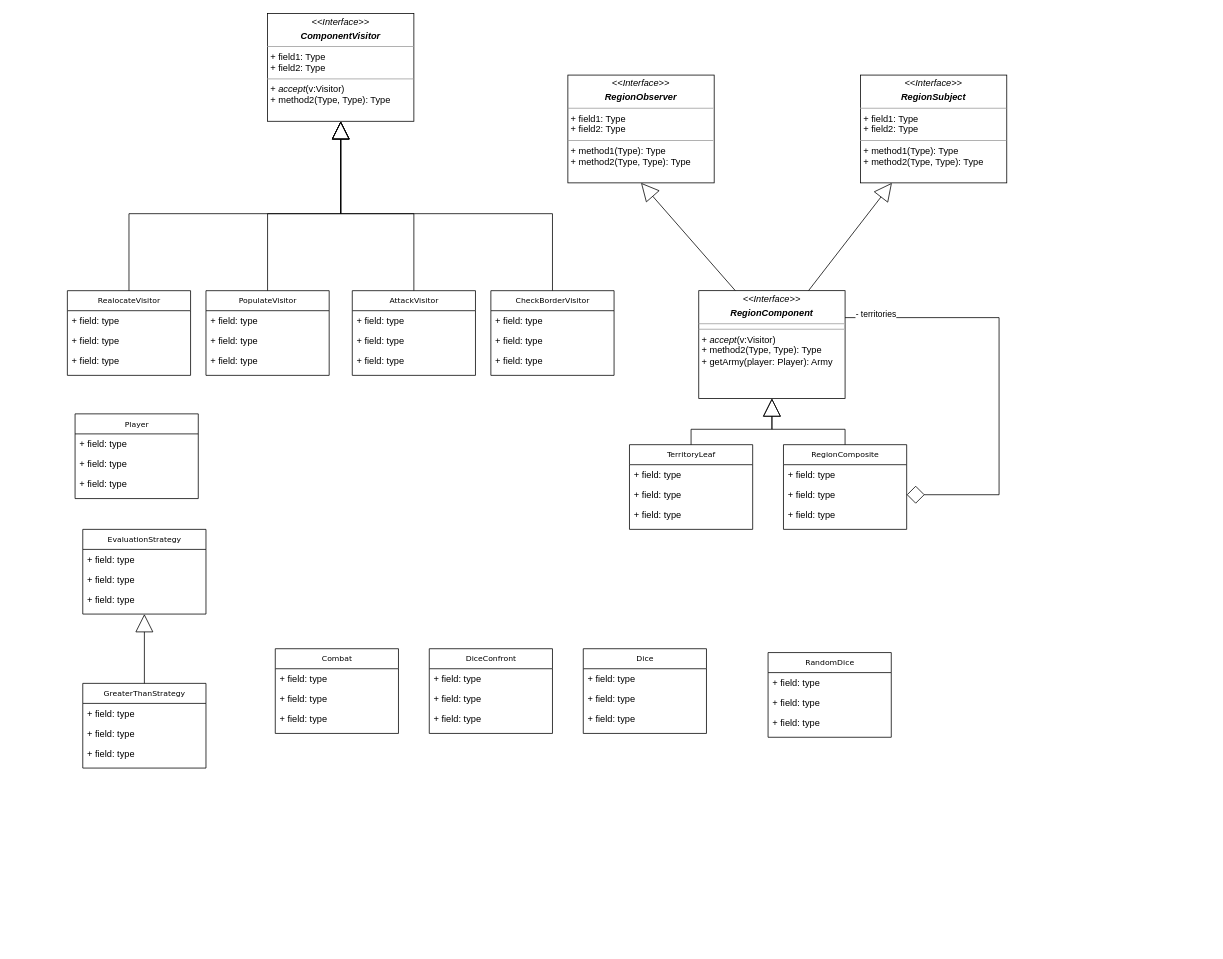
Gil32610/class-diagram-territory-confront keeps this draw.io diagram as ClassDiagramTerritoryConfront.drawio. Above is the earlier version. Source tidied: cells renumbered, new cells numbered last; positions are measured from the earlier drawing's top-left corner, leaving out a move shared by most shapes. Both pictures are drawn from the tidied source at 77%, with x=0, y=0 at pixel (67, 13).
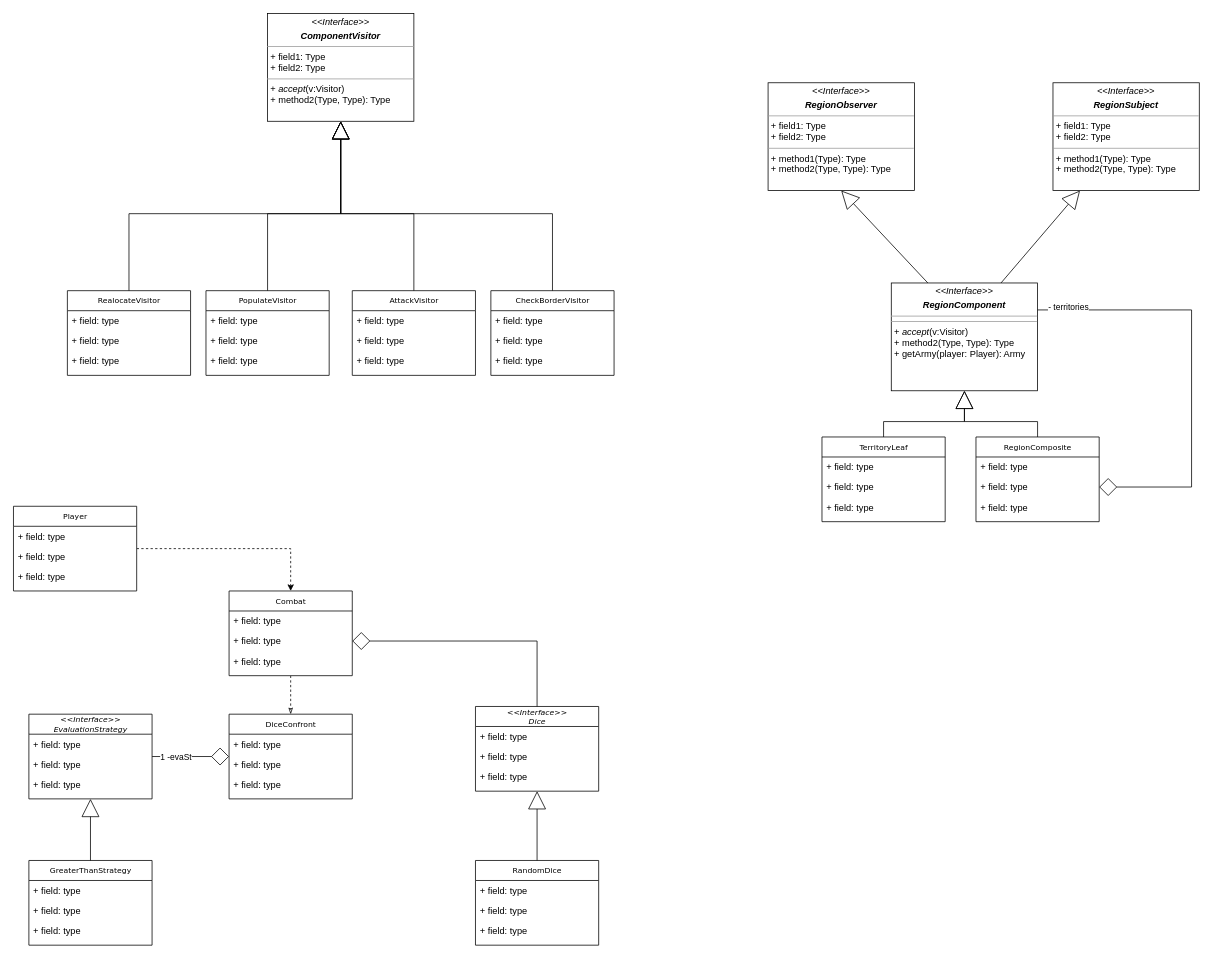
The same page after the edit.

Commit message:
compositions and aggregation

Unchanged cells that the change refers to:
```xml
<mxCell id="14" value="+ field: type" style="text;html=1;strokeColor=none;fillColor=none;align=left;verticalAlign=top;spacingLeft=4;spacingRight=4;whiteSpace=wrap;overflow=hidden;points=[[0,0.5],[1,0.5]];portConstraint=eastwest;" parent="12" vertex="1">
  <mxGeometry y="52" width="160" height="26" as="geometry" />
</mxCell>
<mxCell id="46" value="+ field: type" style="text;html=1;strokeColor=none;fillColor=none;align=left;verticalAlign=top;spacingLeft=4;spacingRight=4;whiteSpace=wrap;overflow=hidden;points=[[0,0.5],[1,0.5]];portConstraint=eastwest;" parent="44" vertex="1">
  <mxGeometry y="52" width="160" height="26" as="geometry" />
</mxCell>
```

Diff of the diagram source:
```diff
@@
     <mxCell id="3" value="TerritoryLeaf" style="swimlane;html=1;fontStyle=0;horizontal=1;startSize=26;fillColor=none;swimlaneFillColor=#ffffff;rounded=0;shadow=0;comic=0;labelBackgroundColor=none;strokeWidth=1;fontFamily=Verdana;fontSize=10;align=center;" parent="1" vertex="1">
-      <mxGeometry x="730" y="560" width="160" height="110" as="geometry" />
+      <mxGeometry x="980" y="550" width="160" height="110" as="geometry" />
     </mxCell>
@@
     <mxCell id="9" value="&lt;p style=&quot;margin:0px;margin-top:4px;text-align:center;&quot;&gt;&lt;i&gt;&amp;lt;&amp;lt;Interface&amp;gt;&amp;gt;&lt;/i&gt;&lt;/p&gt;&lt;p style=&quot;margin:0px;margin-top:4px;text-align:center;&quot;&gt;&lt;b&gt;&lt;i&gt;RegionComponent&lt;/i&gt;&lt;/b&gt;&lt;br&gt;&lt;/p&gt;&lt;hr size=&quot;1&quot;&gt;&lt;hr size=&quot;1&quot;&gt;&lt;p style=&quot;margin:0px;margin-left:4px;&quot;&gt;+ &lt;i&gt;accept&lt;/i&gt;(v:Visitor)&lt;br&gt;+ method2(Type, Type): Type&lt;/p&gt;&lt;p style=&quot;margin:0px;margin-left:4px;&quot;&gt;+ getArmy(player: Player): Army &lt;br&gt;&lt;/p&gt;" style="verticalAlign=top;align=left;overflow=fill;fontSize=12;fontFamily=Helvetica;html=1;rounded=0;shadow=0;comic=0;labelBackgroundColor=none;strokeWidth=1;" parent="1" vertex="1">
-      <mxGeometry x="820" y="360" width="190" height="140" as="geometry" />
+      <mxGeometry x="1070" y="350" width="190" height="140" as="geometry" />
     </mxCell>
     <mxCell id="10" value="&lt;p style=&quot;margin:0px;margin-top:4px;text-align:center;&quot;&gt;&lt;i&gt;&amp;lt;&amp;lt;Interface&amp;gt;&amp;gt;&lt;/i&gt;&lt;/p&gt;&lt;p style=&quot;margin:0px;margin-top:4px;text-align:center;&quot;&gt;&lt;b&gt;&lt;i&gt;RegionObserver&lt;/i&gt;&lt;/b&gt;&lt;br&gt;&lt;/p&gt;&lt;hr size=&quot;1&quot;&gt;&lt;p style=&quot;margin:0px;margin-left:4px;&quot;&gt;+ field1: Type&lt;br&gt;+ field2: Type&lt;/p&gt;&lt;hr size=&quot;1&quot;&gt;&lt;p style=&quot;margin:0px;margin-left:4px;&quot;&gt;+ method1(Type): Type&lt;br&gt;+ method2(Type, Type): Type&lt;/p&gt;" style="verticalAlign=top;align=left;overflow=fill;fontSize=12;fontFamily=Helvetica;html=1;rounded=0;shadow=0;comic=0;labelBackgroundColor=none;strokeWidth=1;" parent="1" vertex="1">
-      <mxGeometry x="650" y="80" width="190" height="140" as="geometry" />
+      <mxGeometry x="910" y="90" width="190" height="140" as="geometry" />
     </mxCell>
@@
     <mxCell id="12" value="RegionComposite" style="swimlane;html=1;fontStyle=0;horizontal=1;startSize=26;fillColor=none;swimlaneFillColor=#ffffff;rounded=0;shadow=0;comic=0;labelBackgroundColor=none;strokeWidth=1;fontFamily=Verdana;fontSize=10;align=center;" parent="1" vertex="1">
-      <mxGeometry x="930" y="560" width="160" height="110" as="geometry" />
+      <mxGeometry x="1180" y="550" width="160" height="110" as="geometry" />
     </mxCell>
@@
     <mxCell id="16" style="edgeStyle=orthogonalEdgeStyle;rounded=0;jettySize=auto;html=1;exitX=1;exitY=0.5;exitDx=0;exitDy=0;entryX=1;entryY=0.25;entryDx=0;entryDy=0;startArrow=diamond;startFill=0;strokeWidth=1;targetPerimeterSpacing=0;sourcePerimeterSpacing=6;startSize=21;endArrow=none;endFill=0;" parent="1" edge="1" source="14" target="9">
       <mxGeometry relative="1" as="geometry">
         <Array as="points">
-          <mxPoint x="1210" y="625" />
-          <mxPoint x="1210" y="395" />
+          <mxPoint x="1460" y="615" />
+          <mxPoint x="1460" y="385" />
         </Array>
       </mxGeometry>
     </mxCell>
@@
     <mxCell id="18" value="&lt;p style=&quot;margin:0px;margin-top:4px;text-align:center;&quot;&gt;&lt;i&gt;&amp;lt;&amp;lt;Interface&amp;gt;&amp;gt;&lt;/i&gt;&lt;/p&gt;&lt;p style=&quot;margin:0px;margin-top:4px;text-align:center;&quot;&gt;&lt;b&gt;&lt;i&gt;RegionSubject&lt;/i&gt;&lt;/b&gt;&lt;br&gt;&lt;/p&gt;&lt;hr size=&quot;1&quot;&gt;&lt;p style=&quot;margin:0px;margin-left:4px;&quot;&gt;+ field1: Type&lt;br&gt;+ field2: Type&lt;/p&gt;&lt;hr size=&quot;1&quot;&gt;&lt;p style=&quot;margin:0px;margin-left:4px;&quot;&gt;+ method1(Type): Type&lt;br&gt;+ method2(Type, Type): Type&lt;/p&gt;" style="verticalAlign=top;align=left;overflow=fill;fontSize=12;fontFamily=Helvetica;html=1;rounded=0;shadow=0;comic=0;labelBackgroundColor=none;strokeWidth=1;" parent="1" vertex="1">
-      <mxGeometry x="1030" y="80" width="190" height="140" as="geometry" />
+      <mxGeometry x="1280" y="90" width="190" height="140" as="geometry" />
     </mxCell>
@@
+    <mxCell id="69" style="edgeStyle=orthogonalEdgeStyle;rounded=0;jettySize=auto;html=1;entryX=0.5;entryY=0;entryDx=0;entryDy=0;dashed=1;" parent="1" edge="1" source="40" target="44">
+      <mxGeometry relative="1" as="geometry" />
+    </mxCell>
     <mxCell id="40" value="Player" style="swimlane;html=1;fontStyle=0;horizontal=1;startSize=26;fillColor=none;swimlaneFillColor=#ffffff;rounded=0;shadow=0;comic=0;labelBackgroundColor=none;strokeWidth=1;fontFamily=Verdana;fontSize=10;align=center;" parent="1" vertex="1">
-      <mxGeometry x="10" y="520" width="160" height="110" as="geometry" />
+      <mxGeometry x="-70" y="640" width="160" height="110" as="geometry" />
     </mxCell>
@@
+    <mxCell id="70" style="rounded=0;jettySize=auto;html=1;entryX=0.5;entryY=0;entryDx=0;entryDy=0;dashed=1;endArrow=classicThin;endFill=0;" parent="1" edge="1" source="44" target="48">
+      <mxGeometry relative="1" as="geometry" />
+    </mxCell>
     <mxCell id="44" value="Combat" style="swimlane;html=1;fontStyle=0;horizontal=1;startSize=26;fillColor=none;swimlaneFillColor=#ffffff;rounded=0;shadow=0;comic=0;labelBackgroundColor=none;strokeWidth=1;fontFamily=Verdana;fontSize=10;align=center;" parent="1" vertex="1">
-      <mxGeometry x="270" y="825" width="160" height="110" as="geometry" />
+      <mxGeometry x="210" y="750" width="160" height="110" as="geometry" />
     </mxCell>
@@
+    <mxCell id="71" style="edgeStyle=orthogonalEdgeStyle;rounded=0;jettySize=auto;html=1;startArrow=diamond;startFill=0;endArrow=none;endFill=0;startSize=21;" parent="1" edge="1" source="48" target="56">
+      <mxGeometry relative="1" as="geometry" />
+    </mxCell>
+    <mxCell id="72" value="1 -evaSt" style="edgeLabel;html=1;align=center;verticalAlign=middle;" parent="71" vertex="1">
+      <mxGeometry x="0.7" relative="1" as="geometry">
+        <mxPoint x="15" as="offset" />
+      </mxGeometry>
+    </mxCell>
     <mxCell id="48" value="DiceConfront" style="swimlane;html=1;fontStyle=0;horizontal=1;startSize=26;fillColor=none;swimlaneFillColor=#ffffff;rounded=0;shadow=0;comic=0;labelBackgroundColor=none;strokeWidth=1;fontFamily=Verdana;fontSize=10;align=center;" parent="1" vertex="1">
-      <mxGeometry x="470" y="825" width="160" height="110" as="geometry" />
+      <mxGeometry x="210" y="910" width="160" height="110" as="geometry" />
     </mxCell>
@@
+    <mxCell id="73" style="edgeStyle=orthogonalEdgeStyle;rounded=0;jettySize=auto;html=1;entryX=1;entryY=0.5;entryDx=0;entryDy=0;endArrow=diamond;endFill=0;startSize=6;endSize=21;" parent="1" edge="1" source="52" target="46">
+      <mxGeometry relative="1" as="geometry" />
+    </mxCell>
-    <mxCell id="52" value="Dice" style="swimlane;html=1;fontStyle=0;horizontal=1;startSize=26;fillColor=none;swimlaneFillColor=#ffffff;rounded=0;shadow=0;comic=0;labelBackgroundColor=none;strokeWidth=1;fontFamily=Verdana;fontSize=10;align=center;" parent="1" vertex="1">
-      <mxGeometry x="670" y="825" width="160" height="110" as="geometry" />
+    <mxCell id="52" value="&lt;div&gt;&lt;i&gt;&amp;lt;&amp;lt;Interface&amp;gt;&amp;gt;&lt;/i&gt;&lt;/div&gt;&lt;div&gt;&lt;i&gt;Dice&lt;/i&gt;&lt;/div&gt;" style="swimlane;html=1;fontStyle=0;horizontal=1;startSize=26;fillColor=none;swimlaneFillColor=#ffffff;rounded=0;shadow=0;comic=0;labelBackgroundColor=none;strokeWidth=1;fontFamily=Verdana;fontSize=10;align=center;" parent="1" vertex="1">
+      <mxGeometry x="530" y="900" width="160" height="110" as="geometry" />
     </mxCell>
@@
-    <mxCell id="56" value="&lt;div&gt;EvaluationStrategy&lt;/div&gt;" style="swimlane;html=1;fontStyle=0;horizontal=1;startSize=26;fillColor=none;swimlaneFillColor=#ffffff;rounded=0;shadow=0;comic=0;labelBackgroundColor=none;strokeWidth=1;fontFamily=Verdana;fontSize=10;align=center;" parent="1" vertex="1">
-      <mxGeometry x="20" y="670" width="160" height="110" as="geometry" />
+    <mxCell id="56" value="&lt;div&gt;&lt;i&gt;&amp;lt;&amp;lt;Interface&amp;gt;&amp;gt;&lt;br&gt;&lt;/i&gt;&lt;/div&gt;&lt;div&gt;&lt;i&gt;EvaluationStrategy&lt;/i&gt;&lt;/div&gt;" style="swimlane;html=1;fontStyle=0;horizontal=1;startSize=26;fillColor=none;swimlaneFillColor=#ffffff;rounded=0;shadow=0;comic=0;labelBackgroundColor=none;strokeWidth=1;fontFamily=Verdana;fontSize=10;align=center;" parent="1" vertex="1">
+      <mxGeometry x="-50" y="910" width="160" height="110" as="geometry" />
     </mxCell>
@@
-    <mxCell id="60" style="edgeStyle=orthogonalEdgeStyle;rounded=0;jettySize=auto;html=1;endArrow=block;endFill=0;endSize=21;" parent="1" edge="1" source="61" target="56">
+    <mxCell id="60" style="rounded=0;jettySize=auto;html=1;endArrow=block;endFill=0;endSize=21;" parent="1" edge="1" source="61" target="56">
       <mxGeometry relative="1" as="geometry" />
     </mxCell>
     <mxCell id="61" value="GreaterThanStrategy" style="swimlane;html=1;fontStyle=0;horizontal=1;startSize=26;fillColor=none;swimlaneFillColor=#ffffff;rounded=0;shadow=0;comic=0;labelBackgroundColor=none;strokeWidth=1;fontFamily=Verdana;fontSize=10;align=center;" parent="1" vertex="1">
-      <mxGeometry x="20" y="870" width="160" height="110" as="geometry" />
+      <mxGeometry x="-50" y="1100" width="160" height="110" as="geometry" />
     </mxCell>
@@
+    <mxCell id="74" style="rounded=0;jettySize=auto;html=1;entryX=0.5;entryY=1;entryDx=0;entryDy=0;endArrow=block;endFill=0;startSize=6;endSize=21;" parent="1" edge="1" source="65" target="52">
+      <mxGeometry relative="1" as="geometry" />
+    </mxCell>
     <mxCell id="65" value="RandomDice" style="swimlane;html=1;fontStyle=0;horizontal=1;startSize=26;fillColor=none;swimlaneFillColor=#ffffff;rounded=0;shadow=0;comic=0;labelBackgroundColor=none;strokeWidth=1;fontFamily=Verdana;fontSize=10;align=center;" parent="1" vertex="1">
-      <mxGeometry x="910" y="830" width="160" height="110" as="geometry" />
+      <mxGeometry x="530" y="1100" width="160" height="110" as="geometry" />
     </mxCell>
```
